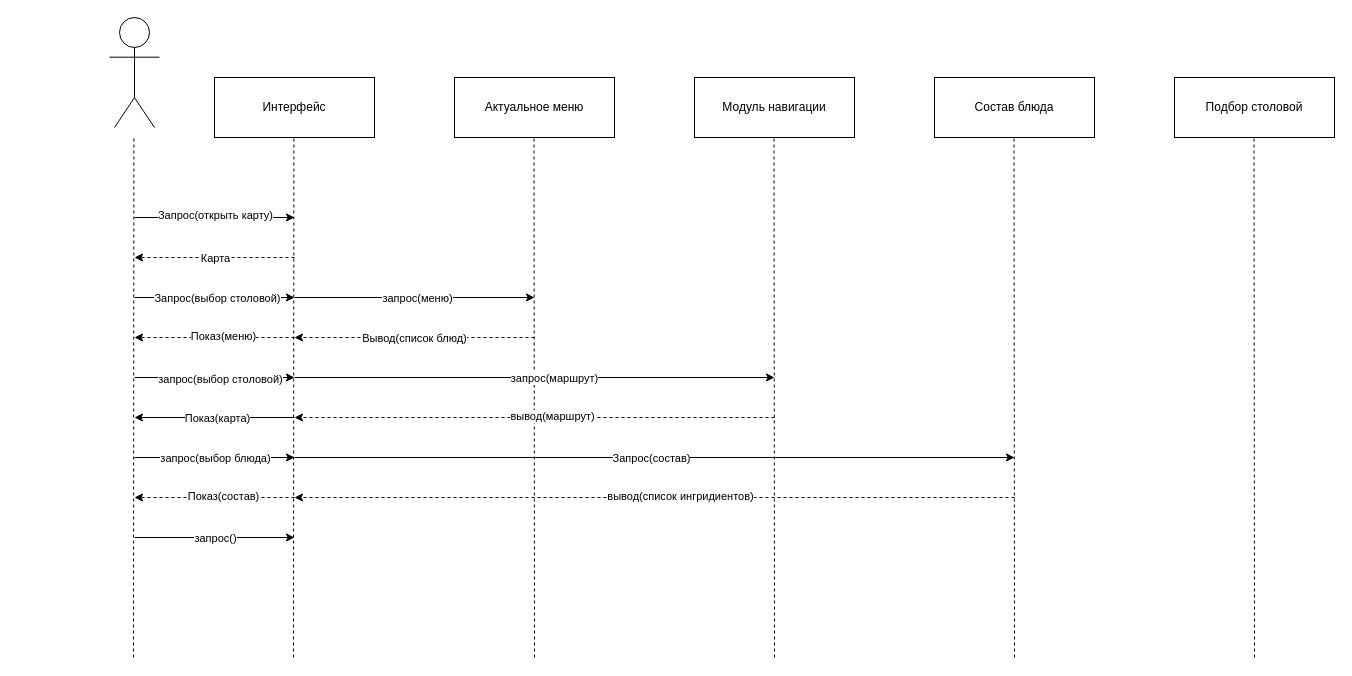
The draw.io diagram Diagramm/Диаграмма последовательностей состояний.drawio in Calibri75/PIT, before the edit. Source tidied: cells renumbered, new cells numbered last; positions are measured from the earlier drawing's top-left corner, leaving out a move shared by most shapes. Both pictures are drawn from the tidied source at 100%, with x=0, y=0 at pixel (109, 17).
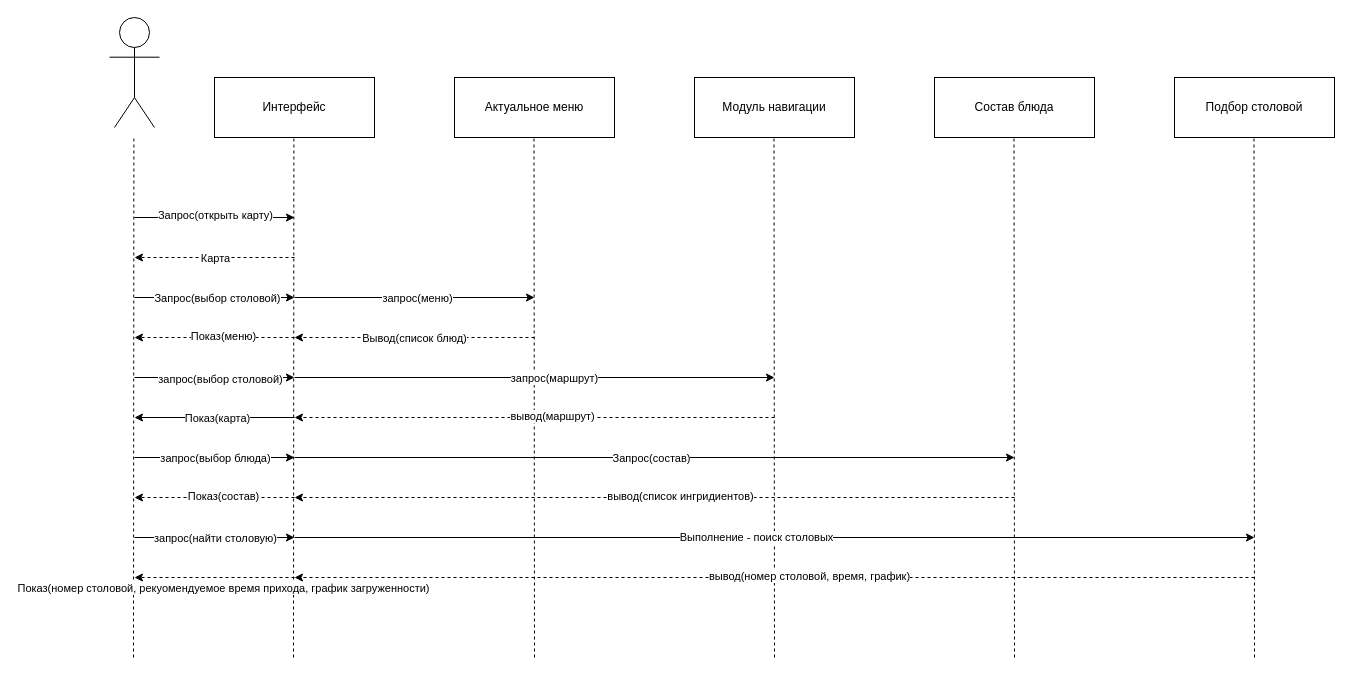
After the change.

Unchanged cells that the change refers to:
```xml
<mxCell id="46" style="endArrow=classic;html=1;rounded=0;" parent="1" edge="1">
  <mxGeometry relative="1" as="geometry">
    <mxPoint x="25" y="520" as="sourcePoint" />
    <mxPoint x="185" y="520" as="targetPoint" />
  </mxGeometry>
</mxCell>
```

Change to the diagram source:
```diff
@@
-<mxGraphModel>
+<mxGraphModel background="#ffffff">
@@
-    <mxCell id="47" value="запрос()" style="edgeLabel;html=1;align=center;verticalAlign=middle;" parent="46" vertex="1">
+    <mxCell id="47" value="запрос(найти столовую)" style="edgeLabel;html=1;align=center;verticalAlign=middle;" parent="46" vertex="1">
       <mxGeometry x="0.12" y="-2" relative="1" as="geometry">
         <mxPoint x="-10" y="-2" as="offset" />
       </mxGeometry>
     </mxCell>
+    <mxCell id="48" style="endArrow=classic;html=1;rounded=0;" parent="1" edge="1">
+      <mxGeometry relative="1" as="geometry">
+        <mxPoint x="185" y="520" as="sourcePoint" />
+        <mxPoint x="1145" y="520" as="targetPoint" />
+      </mxGeometry>
+    </mxCell>
+    <mxCell id="49" value="Выполнение - поиск столовых" style="edgeLabel;html=1;align=center;verticalAlign=middle;" parent="48" vertex="1">
+      <mxGeometry x="-0.04" y="1" relative="1" as="geometry" />
+    </mxCell>
+    <mxCell id="50" style="endArrow=classic;html=1;rounded=0;dashed=1;" parent="1" edge="1">
+      <mxGeometry relative="1" as="geometry">
+        <mxPoint x="1145" y="560" as="sourcePoint" />
+        <mxPoint x="185" y="560" as="targetPoint" />
+      </mxGeometry>
+    </mxCell>
+    <mxCell id="51" value="вывод(номер столовой, время, график)" style="edgeLabel;html=1;align=center;verticalAlign=middle;" parent="50" vertex="1">
+      <mxGeometry x="-0.07" y="-2" relative="1" as="geometry" />
+    </mxCell>
+    <mxCell id="52" style="endArrow=classic;html=1;rounded=0;dashed=1;" parent="1" edge="1">
+      <mxGeometry relative="1" as="geometry">
+        <mxPoint x="185" y="560" as="sourcePoint" />
+        <mxPoint x="25" y="560" as="targetPoint" />
+      </mxGeometry>
+    </mxCell>
+    <mxCell id="53" value="Показ(номер столовой, рекуомендуемое время прихода, график загруженности)" style="edgeLabel;html=1;align=center;verticalAlign=middle;" parent="52" vertex="1">
+      <mxGeometry x="-0.1" y="-2" relative="1" as="geometry">
+        <mxPoint y="12" as="offset" />
+      </mxGeometry>
+    </mxCell>
```
